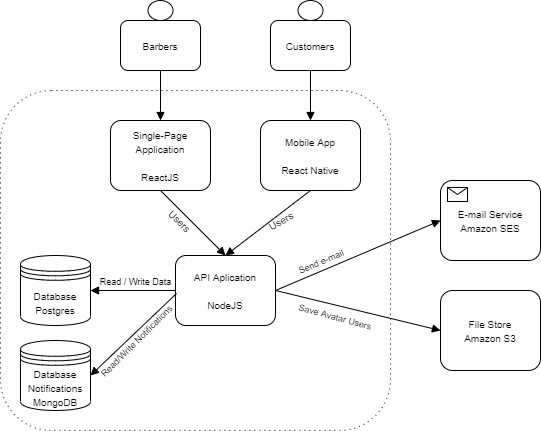
Earlier version of the draw.io export GoBarber Arch.png (kielkow/GoBarber-2.0-Back-end). Source tidied: cells renumbered, new cells last; positions are measured from the earlier drawing's top-left corner, leaving out a move shared by most shapes.
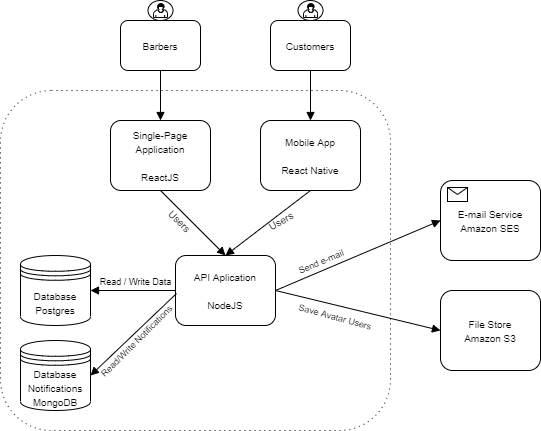
Above is the later version.

The edit, as a diff of the source:
```diff
@@ -85,5 +85,11 @@
     <mxCell id="28" value="&lt;font style=&quot;font-size: 9px&quot;&gt;Read/Write Notifications&lt;br&gt;&lt;/font&gt;" style="text;html=1;align=center;verticalAlign=middle;fillColor=none;strokeColor=none;rounded=0;rotation=-45;" parent="1" vertex="1">
       <mxGeometry x="80" y="330" width="110" height="20" as="geometry" />
     </mxCell>
+    <mxCell id="29" style="shape=mxgraph.bpmn.user_task;html=1;" parent="1" vertex="1">
+      <mxGeometry x="303" y="3" width="14" height="14" as="geometry" />
+    </mxCell>
+    <mxCell id="30" style="shape=mxgraph.bpmn.user_task;html=1;" parent="1" vertex="1">
+      <mxGeometry x="153" y="3" width="14" height="14" as="geometry" />
+    </mxCell>
   </root>
 </mxGraphModel>
```
